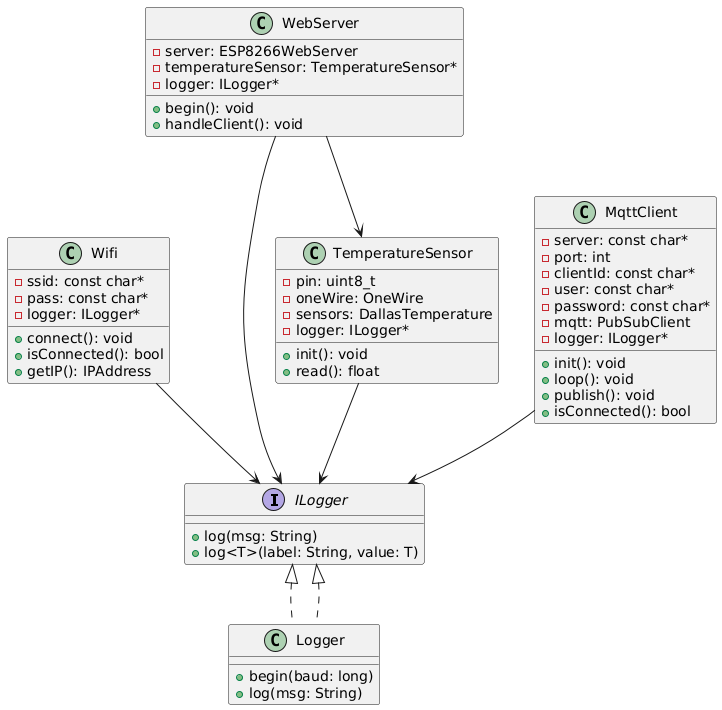
The PlantUML diagram assets/uml_diagram.png in Krecikkko/Temperature-MQTT-Sensor, before a commit.
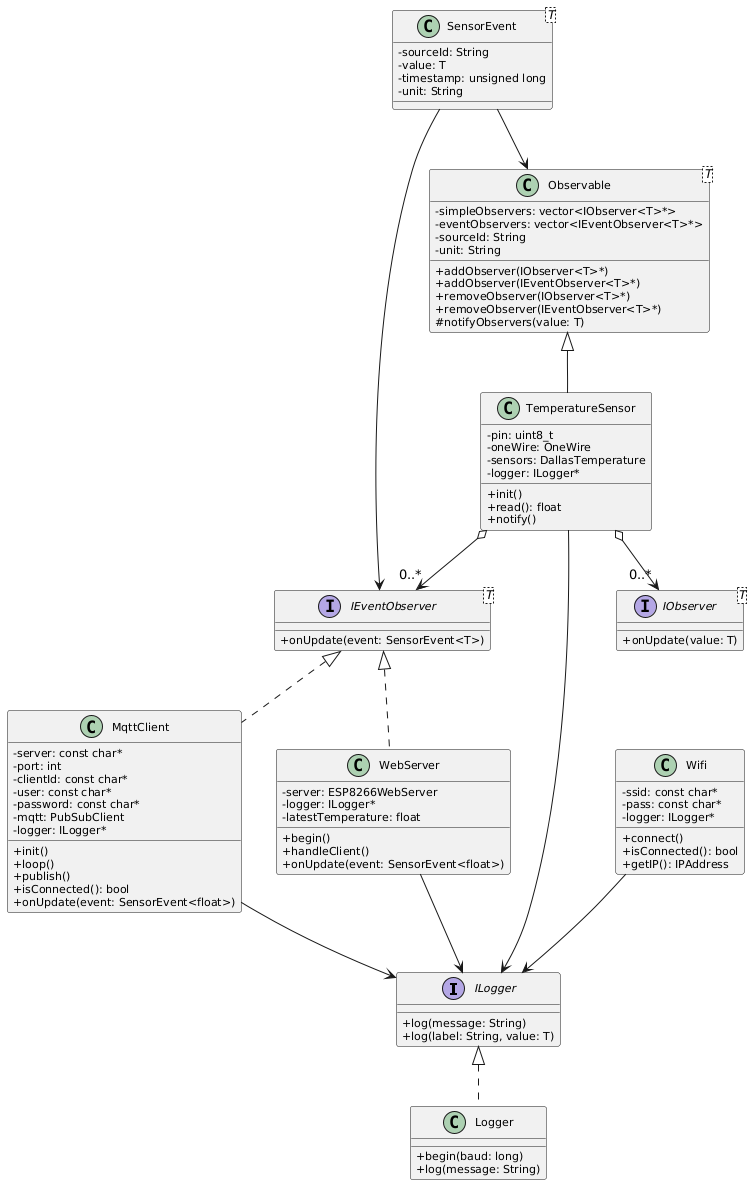
The same diagram one commit later.

What changed in the source:
```diff
@@ -1,58 +1,103 @@
 @startuml
+skinparam classAttributeIconSize 0
+skinparam classFontSize 12
+skinparam classAttributeFontSize 11
+skinparam classMethodFontSize 11
+
 interface ILogger {
-    +log(msg: String)
-    +log<T>(label: String, value: T)
+    +log(message: String)
+    +log(label: String, value: T)
 }
 
-class Logger implements ILogger {
-    +begin(baud: long)
-    +log(msg: String)
+interface IObserver<T> {
+    +onUpdate(value: T)
+}
+
+interface IEventObserver<T> {
+    +onUpdate(event: SensorEvent<T>)
+}
+
+class SensorEvent<T> {
+    - sourceId: String
+    - value: T
+    - timestamp: unsigned long
+    - unit: String
+}
+
+class Observable<T> {
+    - simpleObservers: vector<IObserver<T>*>
+    - eventObservers: vector<IEventObserver<T>*>
+    - sourceId: String
+    - unit: String
+    +addObserver(IObserver<T>*)
+    +addObserver(IEventObserver<T>*)
+    +removeObserver(IObserver<T>*)
+    +removeObserver(IEventObserver<T>*)
+    #notifyObservers(value: T)
+}
+
+class TemperatureSensor {
+    - pin: uint8_t
+    - oneWire: OneWire
+    - sensors: DallasTemperature
+    - logger: ILogger*
+    +init()
+    +read(): float
+    +notify()
+}
+
+class MqttClient {
+    - server: const char*
+    - port: int
+    - clientId: const char*
+    - user: const char*
+    - password: const char*
+    - mqtt: PubSubClient
+    - logger: ILogger*
+    +init()
+    +loop()
+    +publish()
+    +isConnected(): bool
+    +onUpdate(event: SensorEvent<float>)
+}
+
+class WebServer {
+    - server: ESP8266WebServer
+    - logger: ILogger*
+    - latestTemperature: float
+    +begin()
+    +handleClient()
+    +onUpdate(event: SensorEvent<float>)
 }
 
 class Wifi {
-    -ssid: const char*
-    -pass: const char*
-    -logger: ILogger*
-    +connect(): void
+    - ssid: const char*
+    - pass: const char*
+    - logger: ILogger*
+    +connect()
     +isConnected(): bool
     +getIP(): IPAddress
 }
 
-class TemperatureSensor {
-    -pin: uint8_t
-    -oneWire: OneWire
-    -sensors: DallasTemperature
-    -logger: ILogger*
-    +init(): void
-    +read(): float
+class Logger {
+    +begin(baud: long)
+    +log(message: String)
 }
 
-class MqttClient {
-    -server: const char*
-    -port: int
-    -clientId: const char*
-    -user: const char*
-    -password: const char*
-    -mqtt: PubSubClient
-    -logger: ILogger*
-    +init(): void
-    +loop(): void
-    +publish(): void
-    +isConnected(): bool
-}
+Observable <|-- TemperatureSensor
+ILogger <|.. Logger
 
-class WebServer {
-    -server: ESP8266WebServer
-    -temperatureSensor: TemperatureSensor*
-    -logger: ILogger*
-    +begin(): void
-    +handleClient(): void
-}
+IEventObserver <|.. MqttClient
+IEventObserver <|.. WebServer
 
-ILogger <|.. Logger
-Wifi --> ILogger
 TemperatureSensor --> ILogger
 MqttClient --> ILogger
 WebServer --> ILogger
-WebServer --> TemperatureSensor
+Wifi --> ILogger
+
+TemperatureSensor o--> "0..*" IEventObserver
+TemperatureSensor o--> "0..*" IObserver
+
+SensorEvent --> Observable
+SensorEvent --> IEventObserver
 @enduml
```
